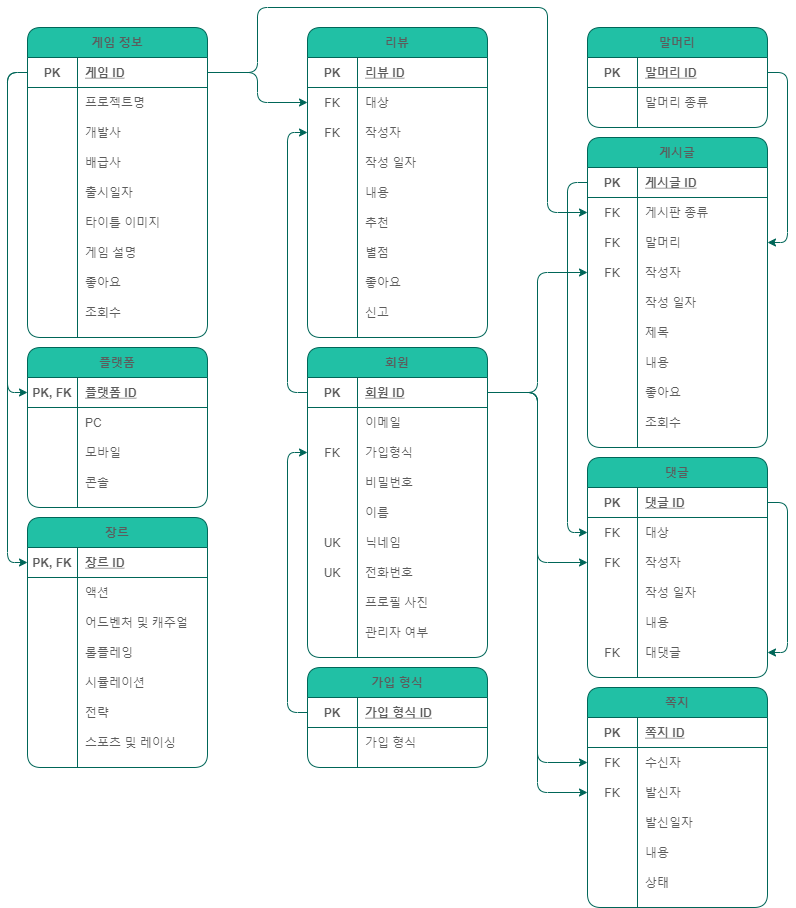
This is MIMIC-ERD.drawio.png from Bolgasaliee/SZ.SecondFinal-Database, a draw.io export, as it was before one commit. Source tidied: cells renumbered, new cells last; positions are measured from the earlier drawing's top-left corner, leaving out a move shared by most shapes.
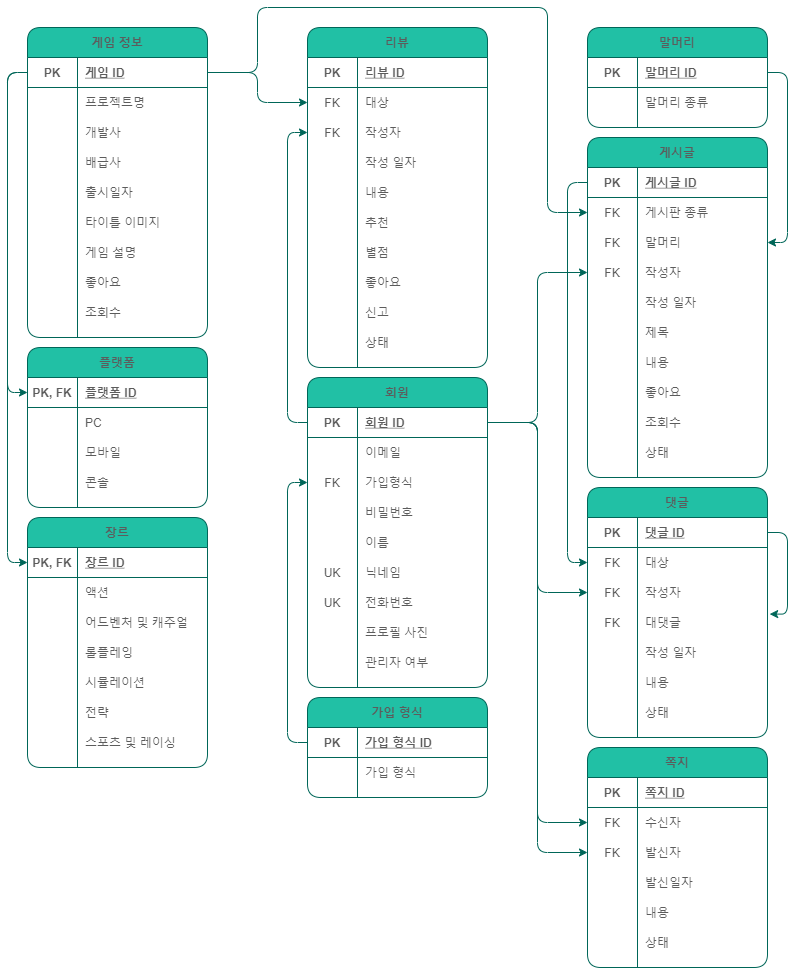
Later version of the same file.

Diff of the diagram source:
```diff
@@ -3,7 +3,7 @@
     <mxCell id="0" />
     <mxCell id="1" parent="0" />
     <mxCell id="2" value="회원" style="shape=table;startSize=30;rowLines=0;fontStyle=1;align=center;fillColor=#21C0A5;strokeColor=#006658;fontColor=#5C5C5C;rounded=1;" parent="1" vertex="1">
-      <mxGeometry x="280" y="340" width="180" height="310" as="geometry" />
+      <mxGeometry x="280" y="370" width="180" height="310" as="geometry" />
     </mxCell>
     <mxCell id="3" style="shape=partialRectangle;fillColor=none;top=0;left=0;bottom=1;right=0;points=[[0,0.5],[1,0.5]];portConstraint=eastwest;strokeColor=#006658;fontColor=#5C5C5C;rounded=1;" parent="2" vertex="1">
       <mxGeometry y="30" width="180" height="30" as="geometry" />
@@ -87,7 +87,7 @@
       <mxGeometry x="50" width="130" height="30" as="geometry" />
     </mxCell>
     <mxCell id="30" value="게시글" style="shape=table;startSize=30;rowLines=0;fontStyle=1;align=center;fillColor=#21C0A5;strokeColor=#006658;fontColor=#5C5C5C;rounded=1;" parent="1" vertex="1">
-      <mxGeometry x="560" y="130" width="180" height="310" as="geometry" />
+      <mxGeometry x="560" y="130" width="180" height="340" as="geometry" />
     </mxCell>
     <mxCell id="31" style="shape=partialRectangle;fillColor=none;top=0;left=0;bottom=1;right=0;points=[[0,0.5],[1,0.5]];portConstraint=eastwest;strokeColor=#006658;fontColor=#5C5C5C;rounded=1;" parent="30" vertex="1">
       <mxGeometry y="30" width="180" height="30" as="geometry" />
@@ -170,10 +170,19 @@
     <mxCell id="57" value="조회수" style="shape=partialRectangle;fillColor=none;top=0;left=0;bottom=0;right=0;align=left;spacingLeft=6;overflow=hidden;strokeColor=#006658;fontColor=#5C5C5C;rounded=1;" parent="55" vertex="1">
       <mxGeometry x="50" width="130" height="30" as="geometry" />
     </mxCell>
+    <mxCell id="217" style="shape=partialRectangle;fillColor=none;top=0;left=0;bottom=0;right=0;strokeColor=#006658;fontColor=#5C5C5C;rounded=1;" parent="30" vertex="1">
+      <mxGeometry y="300" width="180" height="30" as="geometry" />
+    </mxCell>
+    <mxCell id="218" style="shape=partialRectangle;fillColor=none;top=0;left=0;bottom=0;right=0;overflow=hidden;strokeColor=#006658;fontColor=#5C5C5C;rounded=1;" parent="217" vertex="1">
+      <mxGeometry width="50" height="30" as="geometry" />
+    </mxCell>
+    <mxCell id="219" value="상태" style="shape=partialRectangle;fillColor=none;top=0;left=0;bottom=0;right=0;align=left;spacingLeft=6;overflow=hidden;strokeColor=#006658;fontColor=#5C5C5C;rounded=1;" parent="217" vertex="1">
+      <mxGeometry x="50" width="130" height="30" as="geometry" />
+    </mxCell>
     <mxCell id="58" value="댓글" style="shape=table;startSize=30;rowLines=0;fontStyle=1;align=center;fillColor=#21C0A5;strokeColor=#006658;fontColor=#5C5C5C;rounded=1;" parent="1" vertex="1">
-      <mxGeometry x="560" y="450" width="180" height="220" as="geometry" />
+      <mxGeometry x="560" y="480" width="180" height="250" as="geometry" />
     </mxCell>
-    <mxCell id="59" style="edgeStyle=orthogonalEdgeStyle;curved=0;sketch=0;jettySize=auto;html=1;exitX=1;exitY=0.5;exitDx=0;exitDy=0;entryX=1;entryY=0.5;entryDx=0;entryDy=0;fontColor=#5C5C5C;strokeColor=#006658;fillColor=#21C0A5;" parent="58" edge="1" source="60" target="75">
+    <mxCell id="59" style="edgeStyle=orthogonalEdgeStyle;curved=0;sketch=0;jettySize=auto;html=1;exitX=1;exitY=0.5;exitDx=0;exitDy=0;entryX=1.012;entryY=0.22;entryDx=0;entryDy=0;fontColor=#5C5C5C;strokeColor=#006658;fillColor=#21C0A5;entryPerimeter=0;" parent="58" edge="1" source="60" target="69">
       <mxGeometry relative="1" as="geometry" />
     </mxCell>
     <mxCell id="60" style="shape=partialRectangle;fillColor=none;top=0;left=0;bottom=1;right=0;points=[[0,0.5],[1,0.5]];portConstraint=eastwest;strokeColor=#006658;fontColor=#5C5C5C;rounded=1;" parent="58" vertex="1">
@@ -206,10 +215,10 @@
     <mxCell id="69" style="shape=partialRectangle;fillColor=none;top=0;left=0;bottom=0;right=0;points=[[0,0.5],[1,0.5]];portConstraint=eastwest;strokeColor=#006658;fontColor=#5C5C5C;rounded=1;" parent="58" vertex="1">
       <mxGeometry y="120" width="180" height="30" as="geometry" />
     </mxCell>
-    <mxCell id="70" style="shape=partialRectangle;fillColor=none;top=0;left=0;bottom=0;right=0;overflow=hidden;strokeColor=#006658;fontColor=#5C5C5C;rounded=1;" parent="69" vertex="1">
+    <mxCell id="70" value="FK" style="shape=partialRectangle;fillColor=none;top=0;left=0;bottom=0;right=0;overflow=hidden;strokeColor=#006658;fontColor=#5C5C5C;rounded=1;" parent="69" vertex="1">
       <mxGeometry width="50" height="30" as="geometry" />
     </mxCell>
-    <mxCell id="71" value="작성 일자" style="shape=partialRectangle;fillColor=none;top=0;left=0;bottom=0;right=0;align=left;spacingLeft=6;overflow=hidden;strokeColor=#006658;fontColor=#5C5C5C;rounded=1;" parent="69" vertex="1">
+    <mxCell id="71" value="대댓글" style="shape=partialRectangle;fillColor=none;top=0;left=0;bottom=0;right=0;align=left;spacingLeft=6;overflow=hidden;strokeColor=#006658;fontColor=#5C5C5C;rounded=1;" parent="69" vertex="1">
       <mxGeometry x="50" width="130" height="30" as="geometry" />
     </mxCell>
     <mxCell id="72" style="shape=partialRectangle;fillColor=none;top=0;left=0;bottom=0;right=0;strokeColor=#006658;fontColor=#5C5C5C;rounded=1;" parent="58" vertex="1">
@@ -218,20 +227,29 @@
     <mxCell id="73" style="shape=partialRectangle;fillColor=none;top=0;left=0;bottom=0;right=0;overflow=hidden;strokeColor=#006658;fontColor=#5C5C5C;rounded=1;" parent="72" vertex="1">
       <mxGeometry width="50" height="30" as="geometry" />
     </mxCell>
-    <mxCell id="74" value="내용" style="shape=partialRectangle;fillColor=none;top=0;left=0;bottom=0;right=0;align=left;spacingLeft=6;overflow=hidden;strokeColor=#006658;fontColor=#5C5C5C;rounded=1;" parent="72" vertex="1">
+    <mxCell id="74" value="작성 일자" style="shape=partialRectangle;fillColor=none;top=0;left=0;bottom=0;right=0;align=left;spacingLeft=6;overflow=hidden;strokeColor=#006658;fontColor=#5C5C5C;rounded=1;" parent="72" vertex="1">
       <mxGeometry x="50" width="130" height="30" as="geometry" />
     </mxCell>
     <mxCell id="75" style="shape=partialRectangle;fillColor=none;top=0;left=0;bottom=0;right=0;points=[[0,0.5],[1,0.5]];portConstraint=eastwest;strokeColor=#006658;fontColor=#5C5C5C;rounded=1;" parent="58" vertex="1">
       <mxGeometry y="180" width="180" height="30" as="geometry" />
     </mxCell>
-    <mxCell id="76" value="FK" style="shape=partialRectangle;fillColor=none;top=0;left=0;bottom=0;right=0;overflow=hidden;strokeColor=#006658;fontColor=#5C5C5C;rounded=1;" parent="75" vertex="1">
+    <mxCell id="76" style="shape=partialRectangle;fillColor=none;top=0;left=0;bottom=0;right=0;overflow=hidden;strokeColor=#006658;fontColor=#5C5C5C;rounded=1;" parent="75" vertex="1">
       <mxGeometry width="50" height="30" as="geometry" />
     </mxCell>
-    <mxCell id="77" value="대댓글" style="shape=partialRectangle;fillColor=none;top=0;left=0;bottom=0;right=0;align=left;spacingLeft=6;overflow=hidden;strokeColor=#006658;fontColor=#5C5C5C;rounded=1;" parent="75" vertex="1">
+    <mxCell id="77" value="내용" style="shape=partialRectangle;fillColor=none;top=0;left=0;bottom=0;right=0;align=left;spacingLeft=6;overflow=hidden;strokeColor=#006658;fontColor=#5C5C5C;rounded=1;" parent="75" vertex="1">
       <mxGeometry x="50" width="130" height="30" as="geometry" />
     </mxCell>
+    <mxCell id="220" style="shape=partialRectangle;fillColor=none;top=0;left=0;bottom=0;right=0;strokeColor=#006658;fontColor=#5C5C5C;rounded=1;" parent="58" vertex="1">
+      <mxGeometry y="210" width="180" height="30" as="geometry" />
+    </mxCell>
+    <mxCell id="221" style="shape=partialRectangle;fillColor=none;top=0;left=0;bottom=0;right=0;overflow=hidden;strokeColor=#006658;fontColor=#5C5C5C;rounded=1;" parent="220" vertex="1">
+      <mxGeometry width="50" height="30" as="geometry" />
+    </mxCell>
+    <mxCell id="222" value="상태" style="shape=partialRectangle;fillColor=none;top=0;left=0;bottom=0;right=0;align=left;spacingLeft=6;overflow=hidden;strokeColor=#006658;fontColor=#5C5C5C;rounded=1;" parent="220" vertex="1">
+      <mxGeometry x="50" width="130" height="30" as="geometry" />
+    </mxCell>
     <mxCell id="78" value="가입 형식" style="shape=table;startSize=30;rowLines=0;fontStyle=1;align=center;fillColor=#21C0A5;strokeColor=#006658;fontColor=#5C5C5C;rounded=1;" parent="1" vertex="1">
-      <mxGeometry x="280" y="660" width="180" height="100" as="geometry" />
+      <mxGeometry x="280" y="690" width="180" height="100" as="geometry" />
     </mxCell>
     <mxCell id="79" style="shape=partialRectangle;fillColor=none;top=0;left=0;bottom=1;right=0;points=[[0,0.5],[1,0.5]];portConstraint=eastwest;strokeColor=#006658;fontColor=#5C5C5C;rounded=1;" parent="78" vertex="1">
       <mxGeometry y="30" width="180" height="30" as="geometry" />
@@ -327,7 +345,7 @@
       <mxGeometry x="50" width="130" height="30" as="geometry" />
     </mxCell>
     <mxCell id="108" value="리뷰" style="shape=table;startSize=30;rowLines=0;fontStyle=1;align=center;fillColor=#21C0A5;strokeColor=#006658;fontColor=#5C5C5C;rounded=1;" parent="1" vertex="1">
-      <mxGeometry x="280" y="20" width="180" height="310" as="geometry" />
+      <mxGeometry x="280" y="20" width="180" height="340" as="geometry" />
     </mxCell>
     <mxCell id="109" style="shape=partialRectangle;fillColor=none;top=0;left=0;bottom=1;right=0;strokeColor=#006658;fontColor=#5C5C5C;rounded=1;" parent="108" vertex="1">
       <mxGeometry y="30" width="180" height="30" as="geometry" />
@@ -410,6 +428,15 @@
     <mxCell id="135" value="신고" style="shape=partialRectangle;fillColor=none;top=0;left=0;bottom=0;right=0;align=left;spacingLeft=6;overflow=hidden;strokeColor=#006658;fontColor=#5C5C5C;rounded=1;" parent="133" vertex="1">
       <mxGeometry x="50" width="130" height="30" as="geometry" />
     </mxCell>
+    <mxCell id="223" style="shape=partialRectangle;fillColor=none;top=0;left=0;bottom=0;right=0;strokeColor=#006658;fontColor=#5C5C5C;rounded=1;" parent="108" vertex="1">
+      <mxGeometry y="300" width="180" height="30" as="geometry" />
+    </mxCell>
+    <mxCell id="224" style="shape=partialRectangle;fillColor=none;top=0;left=0;bottom=0;right=0;overflow=hidden;strokeColor=#006658;fontColor=#5C5C5C;rounded=1;" parent="223" vertex="1">
+      <mxGeometry width="50" height="30" as="geometry" />
+    </mxCell>
+    <mxCell id="225" value="상태" style="shape=partialRectangle;fillColor=none;top=0;left=0;bottom=0;right=0;align=left;spacingLeft=6;overflow=hidden;strokeColor=#006658;fontColor=#5C5C5C;rounded=1;" parent="223" vertex="1">
+      <mxGeometry x="50" width="130" height="30" as="geometry" />
+    </mxCell>
     <mxCell id="136" value="장르" style="shape=table;startSize=30;rowLines=0;fontStyle=1;align=center;fillColor=#21C0A5;strokeColor=#006658;fontColor=#5C5C5C;rounded=1;" parent="1" vertex="1">
       <mxGeometry y="510" width="180" height="250" as="geometry" />
     </mxCell>
@@ -595,7 +622,7 @@
       </mxGeometry>
     </mxCell>
     <mxCell id="195" value="쪽지" style="shape=table;startSize=30;rowLines=0;fontStyle=1;align=center;fillColor=#21C0A5;strokeColor=#006658;fontColor=#5C5C5C;rounded=1;" parent="1" vertex="1">
-      <mxGeometry x="560" y="680" width="180" height="220" as="geometry" />
+      <mxGeometry x="560" y="740" width="180" height="220" as="geometry" />
     </mxCell>
     <mxCell id="196" style="shape=partialRectangle;fillColor=none;top=0;left=0;bottom=1;right=0;strokeColor=#006658;fontColor=#5C5C5C;rounded=1;" parent="195" vertex="1">
       <mxGeometry y="30" width="180" height="30" as="geometry" />
```
